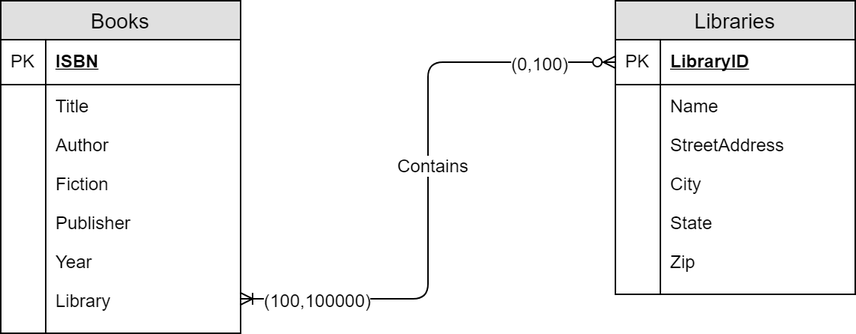
Above: ERDiagrams/images/Books2Libraries.png in derpacola26/IST210 (draw.io), before the change. Source tidied: cells renumbered, new cells last; positions are measured from the earlier drawing's top-left corner, leaving out a move shared by most shapes.
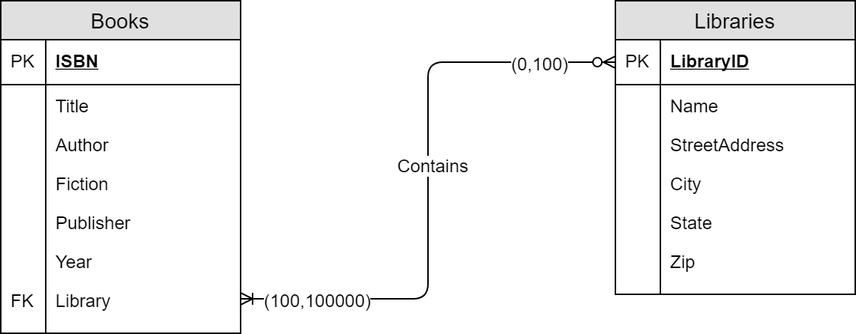
After the commit.

What changed in the source:
```diff
@@ -44,7 +44,7 @@
     <mxCell id="15" value="Library" style="shape=partialRectangle;top=0;left=0;right=0;bottom=0;align=left;verticalAlign=top;fillColor=none;spacingLeft=34;spacingRight=4;overflow=hidden;points=[[0,0.5],[1,0.5]];portConstraint=eastwest;fontSize=12;" parent="2" vertex="1">
       <mxGeometry y="186" width="160" height="26" as="geometry" />
     </mxCell>
-    <mxCell id="16" style="shape=partialRectangle;top=0;left=0;bottom=0;fillColor=none;align=left;verticalAlign=top;spacingLeft=4;spacingRight=4;overflow=hidden;fontSize=12;" parent="15" vertex="1">
+    <mxCell id="16" value="FK" style="shape=partialRectangle;top=0;left=0;bottom=0;fillColor=none;align=left;verticalAlign=top;spacingLeft=4;spacingRight=4;overflow=hidden;fontSize=12;" parent="15" vertex="1">
       <mxGeometry width="30" height="26" as="geometry" />
     </mxCell>
     <mxCell id="17" style="shape=partialRectangle;top=0;left=0;right=0;bottom=0;align=left;verticalAlign=top;fillColor=none;spacingLeft=34;spacingRight=4;overflow=hidden;fontSize=12;" parent="2" vertex="1">
```
